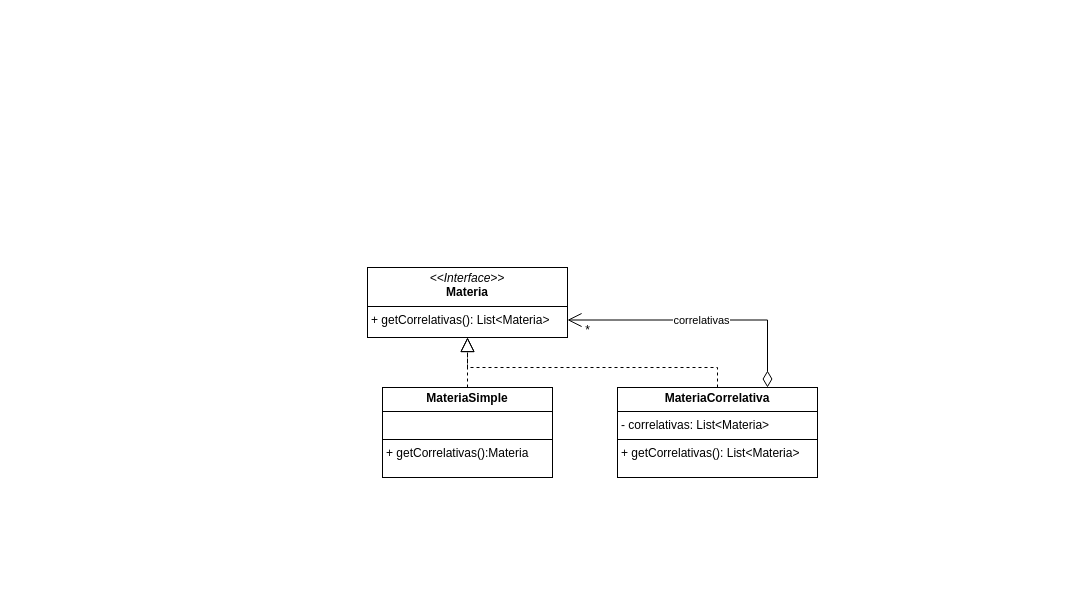
Before: Diagramas/Tempus-MER.drawio in tomasmendoza-unq/Tempus, a draw.io diagram. Source tidied: cells renumbered, new cells numbered last; positions are measured from the earlier drawing's top-left corner, leaving out a move shared by most shapes. Both pictures are drawn from the tidied source at 100%, with x=0, y=0 at pixel (367, 267).
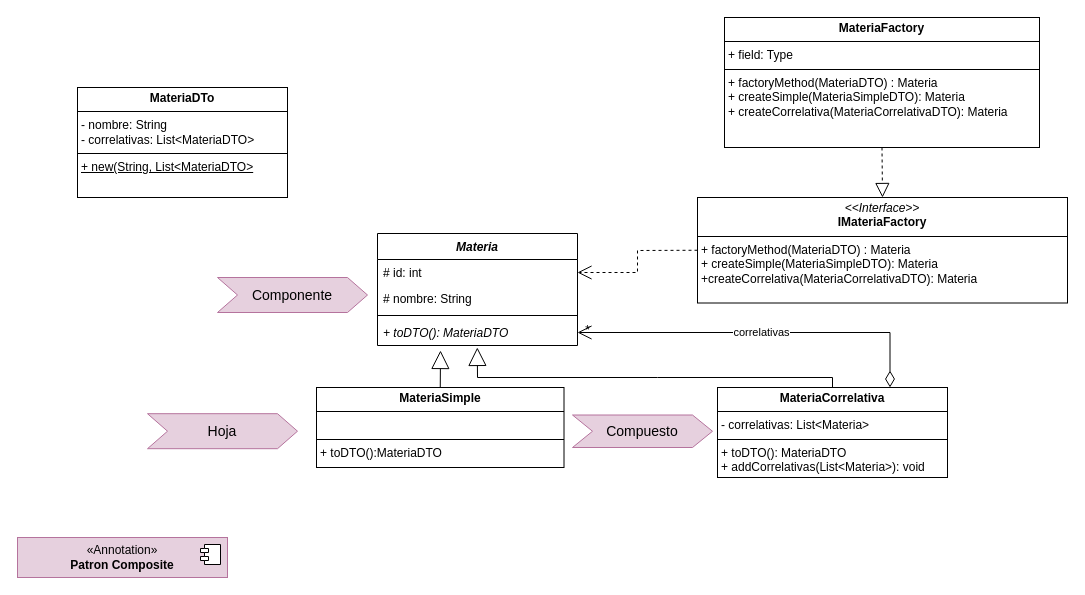
Above is the later version.

The edit, as a diff of the source:
```diff
@@
-    <mxCell id="2" value="&lt;p style=&quot;margin:0px;margin-top:4px;text-align:center;&quot;&gt;&lt;i&gt;&amp;lt;&amp;lt;Interface&amp;gt;&amp;gt;&lt;/i&gt;&lt;br&gt;&lt;b&gt;Materia&lt;/b&gt;&lt;/p&gt;&lt;hr size=&quot;1&quot; style=&quot;border-style:solid;&quot;&gt;&lt;p style=&quot;margin:0px;margin-left:4px;&quot;&gt;+ getCorrelativas():&amp;nbsp;&lt;span style=&quot;background-color: transparent; color: light-dark(rgb(0, 0, 0), rgb(255, 255, 255));&quot;&gt;List&amp;lt;Materia&amp;gt;&lt;/span&gt;&lt;span style=&quot;background-color: transparent; color: light-dark(rgb(0, 0, 0), rgb(255, 255, 255));&quot;&gt;&amp;nbsp;&lt;/span&gt;&lt;br&gt;&lt;/p&gt;" style="verticalAlign=top;align=left;overflow=fill;html=1;whiteSpace=wrap;" parent="1" vertex="1">
-      <mxGeometry width="200" height="70" as="geometry" />
-    </mxCell>
-    <mxCell id="3" value="&lt;p style=&quot;margin:0px;margin-top:4px;text-align:center;&quot;&gt;&lt;b&gt;MateriaCorrelativa&lt;/b&gt;&lt;/p&gt;&lt;hr size=&quot;1&quot; style=&quot;border-style:solid;&quot;&gt;&lt;p style=&quot;margin:0px;margin-left:4px;&quot;&gt;- correlativas:&amp;nbsp;&lt;span style=&quot;background-color: transparent; color: light-dark(rgb(0, 0, 0), rgb(255, 255, 255));&quot;&gt;List&amp;lt;Materia&amp;gt;&lt;/span&gt;&lt;/p&gt;&lt;hr size=&quot;1&quot; style=&quot;border-style:solid;&quot;&gt;&lt;p style=&quot;margin:0px;margin-left:4px;&quot;&gt;+ getCorrelativas(): List&amp;lt;Materia&amp;gt;&lt;/p&gt;" style="verticalAlign=top;align=left;overflow=fill;html=1;whiteSpace=wrap;" parent="1" vertex="1">
-      <mxGeometry x="250" y="120" width="200" height="90" as="geometry" />
+    <mxCell id="3" value="&lt;p style=&quot;margin:0px;margin-top:4px;text-align:center;&quot;&gt;&lt;b&gt;MateriaCorrelativa&lt;/b&gt;&lt;/p&gt;&lt;hr size=&quot;1&quot; style=&quot;border-style:solid;&quot;&gt;&lt;p style=&quot;margin:0px;margin-left:4px;&quot;&gt;- correlativas:&amp;nbsp;&lt;span style=&quot;background-color: transparent; color: light-dark(rgb(0, 0, 0), rgb(255, 255, 255));&quot;&gt;List&amp;lt;Materia&amp;gt;&lt;/span&gt;&lt;/p&gt;&lt;hr size=&quot;1&quot; style=&quot;border-style:solid;&quot;&gt;&lt;p style=&quot;margin:0px;margin-left:4px;&quot;&gt;+ toDTO(): MateriaDTO&lt;/p&gt;&lt;p style=&quot;margin:0px;margin-left:4px;&quot;&gt;+&amp;nbsp;addCorrelativas(List&amp;lt;Materia&amp;gt;): void&lt;/p&gt;" style="verticalAlign=top;align=left;overflow=fill;html=1;whiteSpace=wrap;" parent="1" vertex="1">
+      <mxGeometry x="350" y="120" width="230" height="90" as="geometry" />
     </mxCell>
-    <mxCell id="4" value="&lt;p style=&quot;margin:0px;margin-top:4px;text-align:center;&quot;&gt;&lt;b&gt;MateriaSimple&lt;/b&gt;&lt;/p&gt;&lt;hr size=&quot;1&quot; style=&quot;border-style:solid;&quot;&gt;&lt;p style=&quot;margin:0px;margin-left:4px;&quot;&gt;&lt;br&gt;&lt;/p&gt;&lt;hr size=&quot;1&quot; style=&quot;border-style:solid;&quot;&gt;&lt;p style=&quot;margin:0px;margin-left:4px;&quot;&gt;+ getCorrelativas():Materia&lt;/p&gt;" style="verticalAlign=top;align=left;overflow=fill;html=1;whiteSpace=wrap;" parent="1" vertex="1">
-      <mxGeometry x="15" y="120" width="170" height="90" as="geometry" />
+    <mxCell id="4" value="&lt;p style=&quot;margin:0px;margin-top:4px;text-align:center;&quot;&gt;&lt;b&gt;MateriaSimple&lt;/b&gt;&lt;/p&gt;&lt;hr size=&quot;1&quot; style=&quot;border-style:solid;&quot;&gt;&lt;p style=&quot;margin:0px;margin-left:4px;&quot;&gt;&lt;br&gt;&lt;/p&gt;&lt;hr size=&quot;1&quot; style=&quot;border-style:solid;&quot;&gt;&lt;p style=&quot;margin:0px;margin-left:4px;&quot;&gt;+ toDTO():MateriaDTO&lt;/p&gt;" style="verticalAlign=top;align=left;overflow=fill;html=1;whiteSpace=wrap;" parent="1" vertex="1">
+      <mxGeometry x="-51" y="120" width="247.5" height="80" as="geometry" />
     </mxCell>
-    <mxCell id="5" style="endArrow=block;dashed=1;endFill=0;endSize=12;html=1;rounded=0;exitX=0.5;exitY=0;exitDx=0;exitDy=0;entryX=0.5;entryY=1;entryDx=0;entryDy=0;" parent="1" edge="1" source="4" target="2">
-      <mxGeometry relative="1" as="geometry" />
-    </mxCell>
-    <mxCell id="6" style="endArrow=block;dashed=1;endFill=0;endSize=12;html=1;rounded=0;exitX=0.5;exitY=0;exitDx=0;exitDy=0;entryX=0.5;entryY=1;entryDx=0;entryDy=0;" parent="1" edge="1" source="3" target="2">
-      <mxGeometry relative="1" as="geometry">
-        <Array as="points">
-          <mxPoint x="350" y="100" />
-          <mxPoint x="100" y="100" />
-        </Array>
-      </mxGeometry>
-    </mxCell>
-    <mxCell id="7" value="correlativas" style="endArrow=open;html=1;endSize=12;startArrow=diamondThin;startSize=14;startFill=0;edgeStyle=orthogonalEdgeStyle;rounded=0;exitX=0.75;exitY=0;exitDx=0;exitDy=0;entryX=1;entryY=0.75;entryDx=0;entryDy=0;" parent="1" edge="1" source="3" target="2">
+    <mxCell id="7" value="correlativas" style="endArrow=open;html=1;endSize=12;startArrow=diamondThin;startSize=14;startFill=0;edgeStyle=orthogonalEdgeStyle;rounded=0;exitX=0.75;exitY=0;exitDx=0;exitDy=0;entryX=1;entryY=0.5;entryDx=0;entryDy=0;" parent="1" edge="1" source="3" target="18">
       <mxGeometry relative="1" as="geometry" />
     </mxCell>
@@
+    <mxCell id="9" value="Componente" style="html=1;shape=mxgraph.infographic.ribbonSimple;notch1=20;notch2=20;align=center;verticalAlign=middle;fontSize=14;fontStyle=0;fillColor=#E6D0DE;whiteSpace=wrap;strokeColor=#B5739D;" parent="1" vertex="1">
+      <mxGeometry x="-150" y="10" width="150" height="35" as="geometry" />
+    </mxCell>
+    <mxCell id="10" value="«Annotation»&lt;br&gt;&lt;b&gt;Patron Composite&lt;/b&gt;" style="html=1;whiteSpace=wrap;fillColor=#E6D0DE;strokeColor=#B5739D;" parent="1" vertex="1">
+      <mxGeometry x="-350" y="270" width="210" height="40" as="geometry" />
+    </mxCell>
+    <mxCell id="11" style="shape=module;jettyWidth=8;jettyHeight=4;" parent="10" vertex="1">
+      <mxGeometry x="1" width="20" height="20" relative="1" as="geometry">
+        <mxPoint x="-27" y="7" as="offset" />
+      </mxGeometry>
+    </mxCell>
+    <mxCell id="12" value="Hoja" style="html=1;shape=mxgraph.infographic.ribbonSimple;notch1=20;notch2=20;align=center;verticalAlign=middle;fontSize=14;fontStyle=0;fillColor=#E6D0DE;whiteSpace=wrap;strokeColor=#B5739D;" parent="1" vertex="1">
+      <mxGeometry x="-220" y="146.2" width="150" height="35" as="geometry" />
+    </mxCell>
+    <mxCell id="13" value="Compuesto" style="html=1;shape=mxgraph.infographic.ribbonSimple;notch1=20;notch2=20;align=center;verticalAlign=middle;fontSize=14;fontStyle=0;fillColor=#E6D0DE;whiteSpace=wrap;strokeColor=#B5739D;" parent="1" vertex="1">
+      <mxGeometry x="205" y="147.5" width="140" height="32.5" as="geometry" />
+    </mxCell>
+    <mxCell id="14" value="&lt;i&gt;Materia&lt;/i&gt;" style="swimlane;fontStyle=1;align=center;verticalAlign=top;horizontal=1;startSize=26;whiteSpace=wrap;html=1;" parent="1" vertex="1">
+      <mxGeometry x="10" y="-34" width="200" height="112" as="geometry" />
+    </mxCell>
+    <mxCell id="15" value="# id: int" style="text;strokeColor=none;fillColor=none;align=left;verticalAlign=top;spacingLeft=4;spacingRight=4;overflow=hidden;points=[[0,0.5],[1,0.5]];portConstraint=eastwest;whiteSpace=wrap;html=1;" parent="14" vertex="1">
+      <mxGeometry y="26" width="200" height="26" as="geometry" />
+    </mxCell>
+    <mxCell id="16" value="# nombre: String" style="text;strokeColor=none;fillColor=none;align=left;verticalAlign=top;spacingLeft=4;spacingRight=4;overflow=hidden;whiteSpace=wrap;html=1;" parent="14" vertex="1">
+      <mxGeometry y="52" width="200" height="26" as="geometry" />
+    </mxCell>
+    <mxCell id="17" style="line;strokeWidth=1;fillColor=none;align=left;verticalAlign=middle;spacingTop=-1;spacingLeft=3;spacingRight=3;labelPosition=right;strokeColor=inherit;" parent="14" vertex="1">
+      <mxGeometry y="78" width="200" height="8" as="geometry" />
+    </mxCell>
+    <mxCell id="18" value="&lt;i&gt;+ toDTO(): MateriaDTO&lt;/i&gt;" style="text;strokeColor=none;fillColor=none;align=left;verticalAlign=top;spacingLeft=4;spacingRight=4;overflow=hidden;points=[[0,0.5],[1,0.5]];portConstraint=eastwest;whiteSpace=wrap;html=1;" parent="14" vertex="1">
+      <mxGeometry y="86" width="200" height="26" as="geometry" />
+    </mxCell>
+    <mxCell id="19" style="endArrow=block;endSize=16;endFill=0;html=1;rounded=0;exitX=0.5;exitY=0;exitDx=0;exitDy=0;entryX=0.315;entryY=1.192;entryDx=0;entryDy=0;entryPerimeter=0;" parent="1" edge="1" source="4" target="18">
+      <mxGeometry relative="1" as="geometry" />
+    </mxCell>
+    <mxCell id="20" style="endArrow=block;endSize=16;endFill=0;html=1;rounded=0;exitX=0.5;exitY=0;exitDx=0;exitDy=0;entryX=0.499;entryY=1.075;entryDx=0;entryDy=0;entryPerimeter=0;" parent="1" edge="1" source="3" target="18">
+      <mxGeometry relative="1" as="geometry">
+        <Array as="points">
+          <mxPoint x="465" y="110" />
+          <mxPoint x="290" y="110" />
+          <mxPoint x="110" y="110" />
+        </Array>
+      </mxGeometry>
+    </mxCell>
+    <mxCell id="21" value="&lt;p style=&quot;margin:0px;margin-top:4px;text-align:center;&quot;&gt;&lt;b&gt;MateriaDTo&lt;/b&gt;&lt;/p&gt;&lt;hr size=&quot;1&quot; style=&quot;border-style:solid;&quot;&gt;&lt;p style=&quot;margin:0px;margin-left:4px;&quot;&gt;- nombre: String&lt;/p&gt;&lt;p style=&quot;margin:0px;margin-left:4px;&quot;&gt;- correlativas: List&amp;lt;MateriaDTO&amp;gt;&lt;/p&gt;&lt;hr size=&quot;1&quot; style=&quot;border-style:solid;&quot;&gt;&lt;p style=&quot;margin:0px;margin-left:4px;&quot;&gt;&lt;u&gt;+ new(String, List&amp;lt;MateriaDTO&amp;gt;&lt;/u&gt;&lt;/p&gt;" style="verticalAlign=top;align=left;overflow=fill;html=1;whiteSpace=wrap;" parent="1" vertex="1">
+      <mxGeometry x="-290" y="-180" width="210" height="110" as="geometry" />
+    </mxCell>
+    <mxCell id="22" value="&lt;p style=&quot;margin:0px;margin-top:4px;text-align:center;&quot;&gt;&lt;i&gt;&amp;lt;&amp;lt;Interface&amp;gt;&amp;gt;&lt;/i&gt;&lt;br&gt;&lt;b&gt;IMateriaFactory&lt;/b&gt;&lt;/p&gt;&lt;hr size=&quot;1&quot; style=&quot;border-style:solid;&quot;&gt;&lt;p style=&quot;margin:0px;margin-left:4px;&quot;&gt;+ factoryMethod(MateriaDTO) : Materia&lt;/p&gt;&lt;p style=&quot;margin:0px;margin-left:4px;&quot;&gt;+ createSimple(MateriaSimpleDTO):&amp;nbsp;Materia&lt;/p&gt;&lt;p style=&quot;margin:0px;margin-left:4px;&quot;&gt;+createCorrelativa(MateriaCorrelativaDTO): Materia&lt;/p&gt;" style="verticalAlign=top;align=left;overflow=fill;html=1;whiteSpace=wrap;" parent="1" vertex="1">
+      <mxGeometry x="330" y="-70" width="370" height="105.5" as="geometry" />
+    </mxCell>
+    <mxCell id="23" style="endArrow=open;endSize=12;dashed=1;html=1;rounded=0;exitX=0;exitY=0.5;exitDx=0;exitDy=0;entryX=1;entryY=0.5;entryDx=0;entryDy=0;" parent="1" edge="1" source="22" target="15">
+      <mxGeometry relative="1" as="geometry">
+        <Array as="points">
+          <mxPoint x="270" y="-17" />
+          <mxPoint x="270" y="5" />
+        </Array>
+      </mxGeometry>
+    </mxCell>
+    <mxCell id="24" value="&lt;p style=&quot;margin:0px;margin-top:4px;text-align:center;&quot;&gt;&lt;b&gt;MateriaFactory&lt;/b&gt;&lt;/p&gt;&lt;hr size=&quot;1&quot; style=&quot;border-style:solid;&quot;&gt;&lt;p style=&quot;margin:0px;margin-left:4px;&quot;&gt;+ field: Type&lt;/p&gt;&lt;hr size=&quot;1&quot; style=&quot;border-style:solid;&quot;&gt;&lt;p style=&quot;margin:0px;margin-left:4px;&quot;&gt;+ &lt;span style=&quot;background-color: transparent; color: light-dark(rgb(0, 0, 0), rgb(255, 255, 255));&quot;&gt;factoryMethod(MateriaDTO) : Materia&lt;/span&gt;&lt;/p&gt;&lt;p style=&quot;margin: 0px 0px 0px 4px;&quot;&gt;+ createSimple(MateriaSimpleDTO):&amp;nbsp;Materia&lt;/p&gt;&lt;p style=&quot;margin: 0px 0px 0px 4px;&quot;&gt;+ createCorrelativa(MateriaCorrelativaDTO): Materia&lt;/p&gt;" style="verticalAlign=top;align=left;overflow=fill;html=1;whiteSpace=wrap;" parent="1" vertex="1">
+      <mxGeometry x="357" y="-250" width="315" height="130" as="geometry" />
+    </mxCell>
+    <mxCell id="25" style="endArrow=block;dashed=1;endFill=0;endSize=12;html=1;rounded=0;exitX=0.5;exitY=1;exitDx=0;exitDy=0;entryX=0.5;entryY=0;entryDx=0;entryDy=0;" parent="1" edge="1" source="24" target="22">
+      <mxGeometry relative="1" as="geometry" />
+    </mxCell>
```
